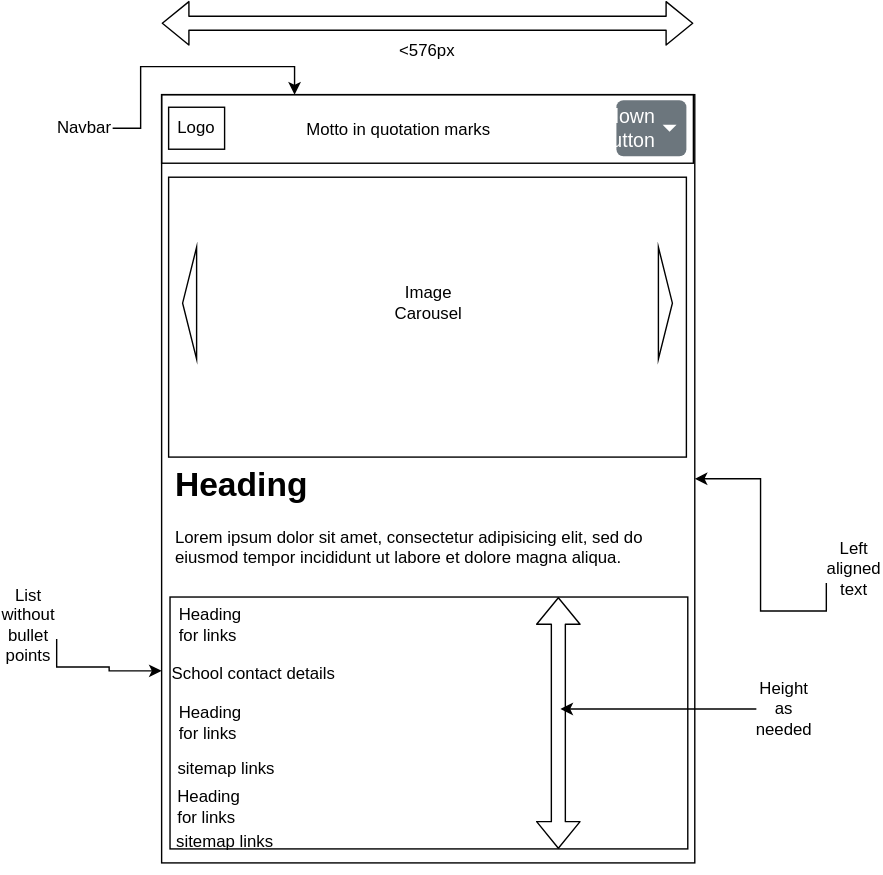
Above: planning/wireframes/page1mobile1.drawio.svg in hdert/dtgLvl2Assessment2021 (draw.io), before the change. Source tidied: cells renumbered, new cells last; positions are measured from the earlier drawing's top-left corner, leaving out a move shared by most shapes.
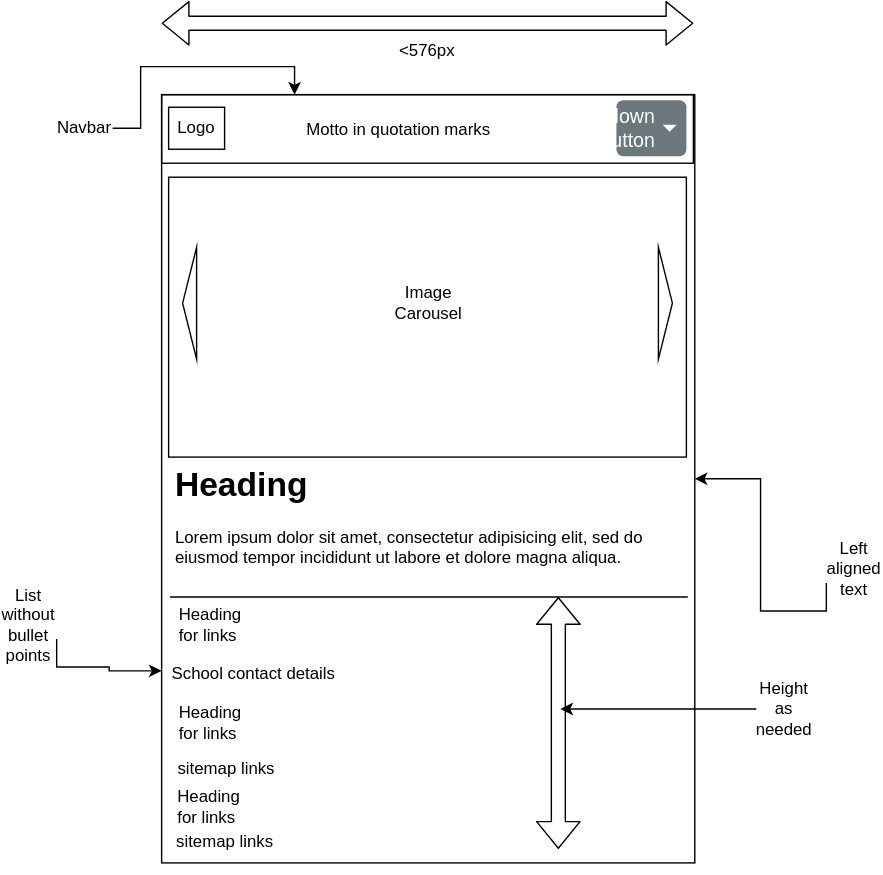
The same file after the commit.

Diff of the diagram source:
```diff
@@ -43,7 +43,7 @@
     <mxCell id="13" value="&lt;h1&gt;Heading&lt;/h1&gt;&lt;p&gt;Lorem ipsum dolor sit amet, consectetur adipisicing elit, sed do eiusmod tempor incididunt ut labore et dolore magna aliqua.&lt;/p&gt;" style="text;html=1;strokeColor=none;fillColor=none;spacing=5;spacingTop=-20;whiteSpace=wrap;overflow=hidden;rounded=0;" parent="1" vertex="1">
       <mxGeometry x="120" y="310" width="370" height="280" as="geometry" />
     </mxCell>
-    <mxCell id="14" style="rounded=0;whiteSpace=wrap;html=1;fillColor=none;" parent="1" vertex="1">
+    <mxCell id="14" style="rounded=0;whiteSpace=wrap;html=1;fillColor=none;strokeColor=none;" parent="1" vertex="1">
       <mxGeometry x="121" y="410" width="370" height="180" as="geometry" />
     </mxCell>
     <mxCell id="15" value="School contact details" style="rounded=0;whiteSpace=wrap;html=1;fillColor=none;strokeColor=none;" parent="1" vertex="1">
@@ -99,5 +99,8 @@
     <mxCell id="31" value="Navbar" style="text;html=1;strokeColor=none;fillColor=none;align=center;verticalAlign=middle;whiteSpace=wrap;rounded=0;" parent="1" vertex="1">
       <mxGeometry x="40" y="65" width="40" height="20" as="geometry" />
     </mxCell>
+    <mxCell id="32" style="endArrow=none;html=1;entryX=1;entryY=0;entryDx=0;entryDy=0;exitX=0;exitY=0;exitDx=0;exitDy=0;" parent="1" edge="1" source="14" target="14">
+      <mxGeometry relative="1" as="geometry" />
+    </mxCell>
   </root>
 </mxGraphModel>
```
